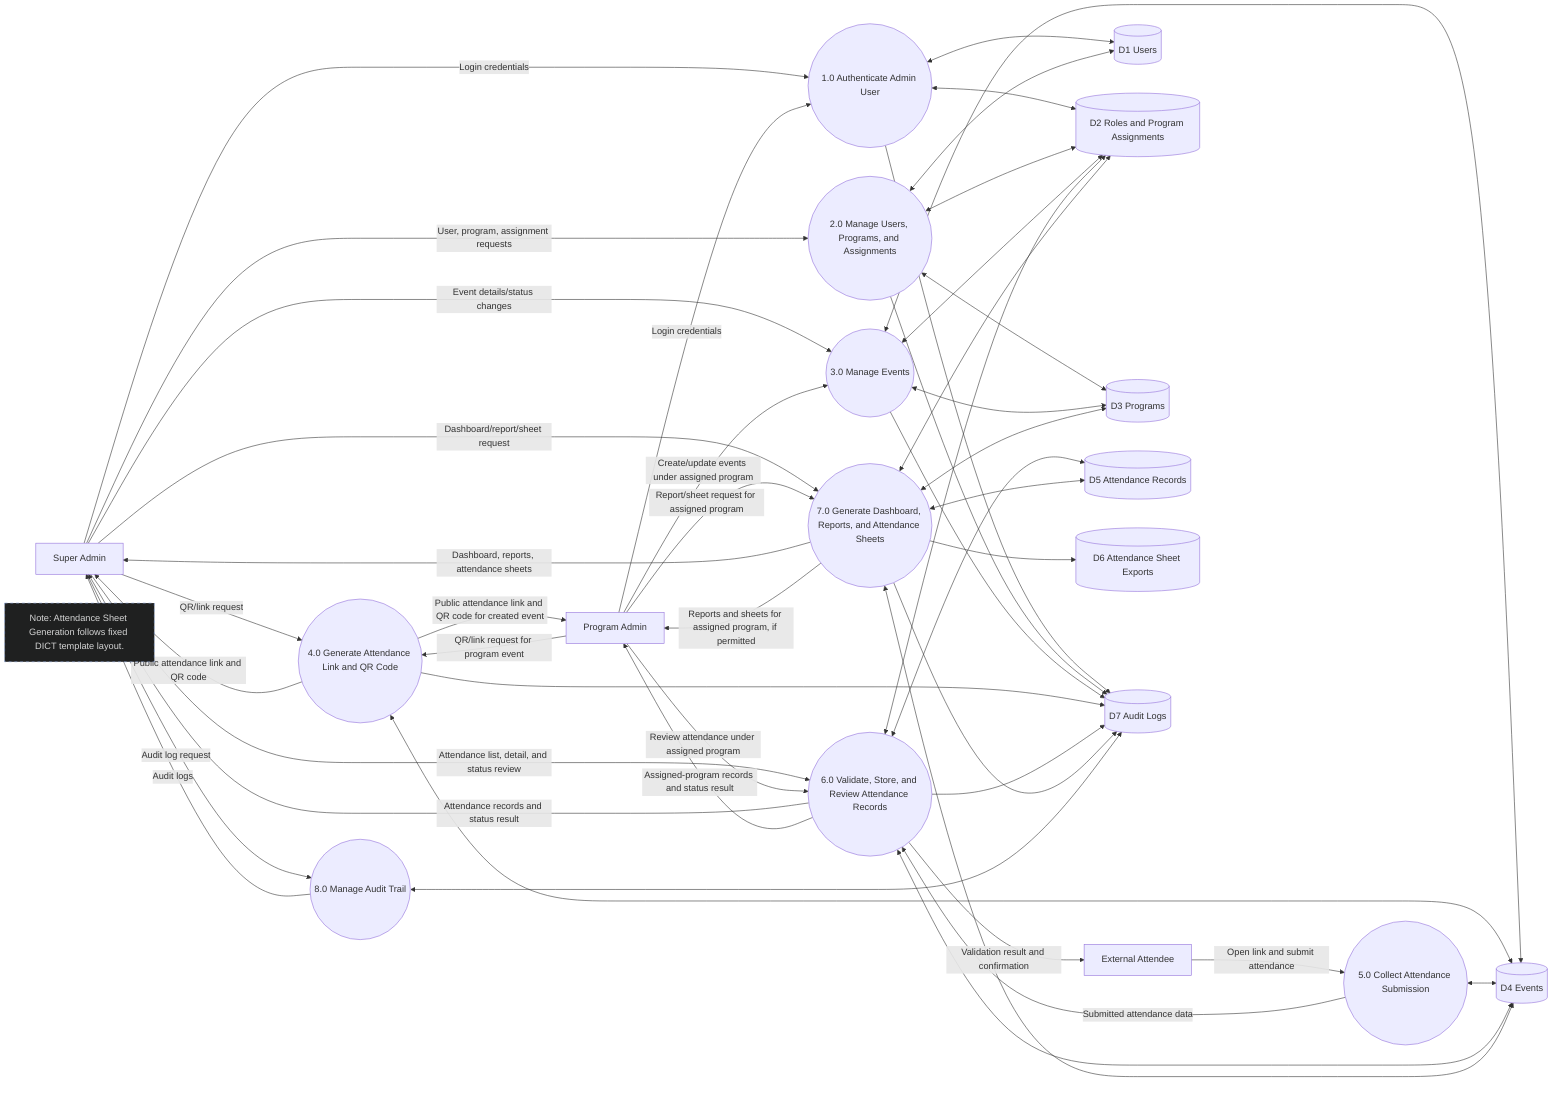
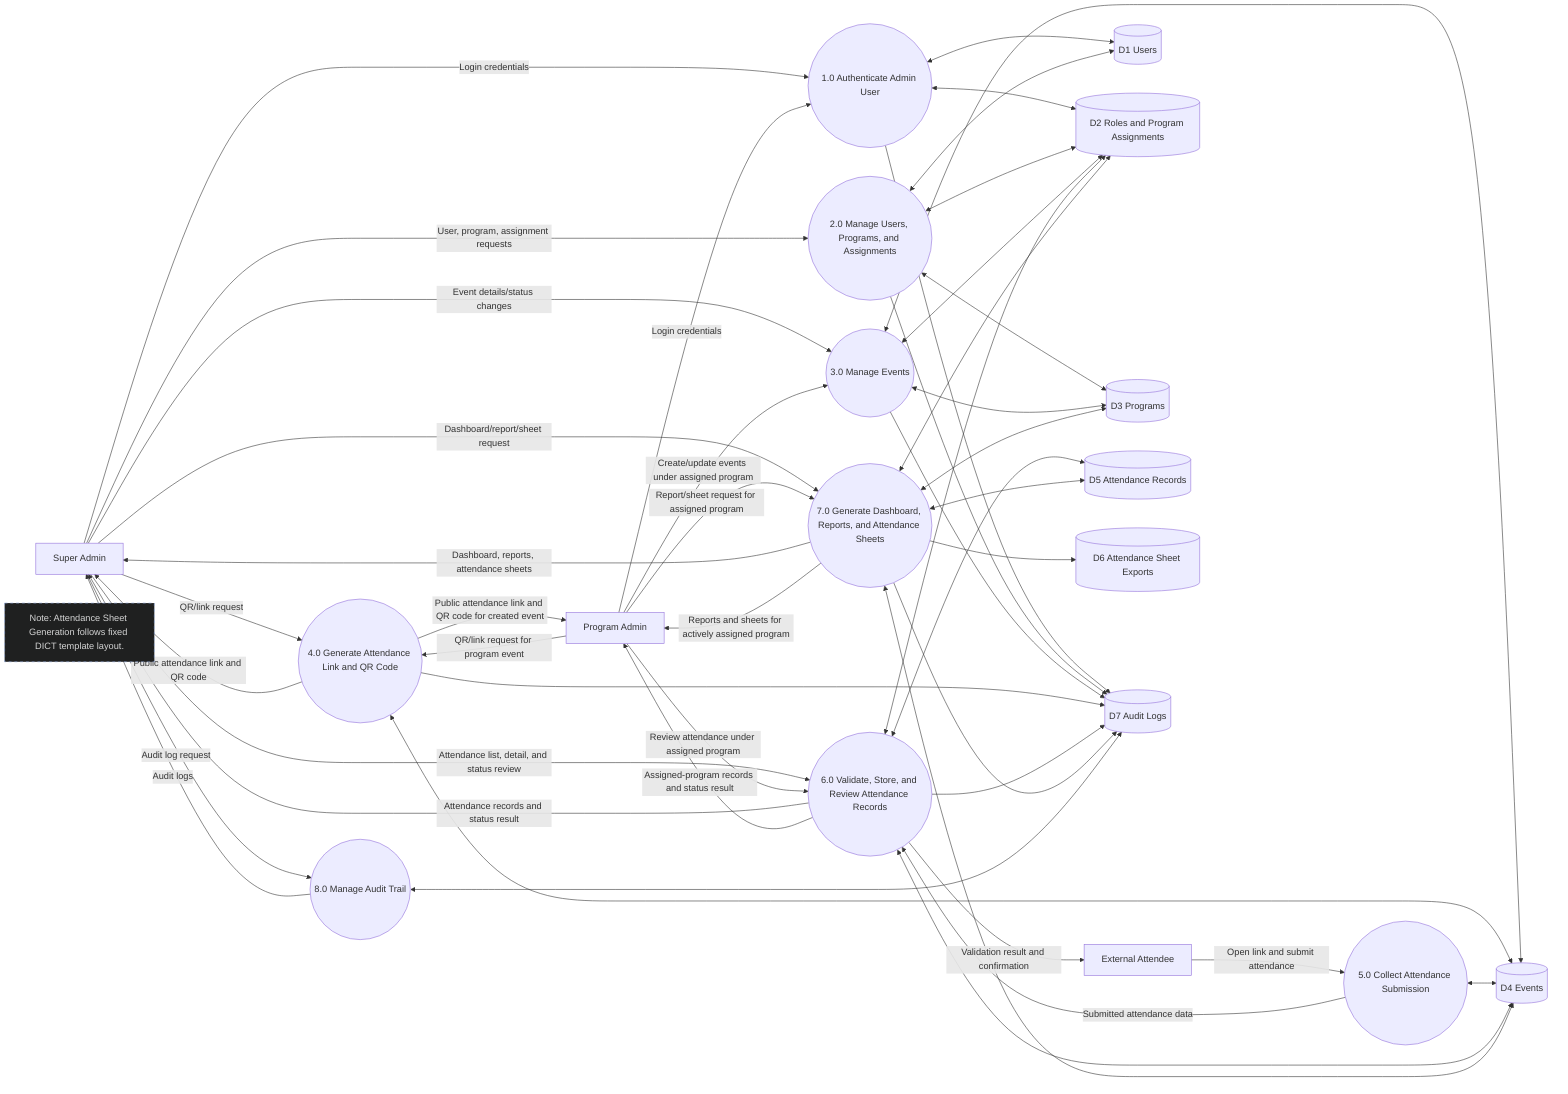
flowchart LR
  super_admin[Super Admin]
  program_admin[Program Admin]
  attendee[External Attendee]
  note_template["Note: Attendance Sheet Generation follows fixed DICT template layout."]

  p1((1.0 Authenticate Admin User))
  p2((2.0 Manage Users, Programs, and Assignments))
  p3((3.0 Manage Events))
  p4((4.0 Generate Attendance Link and QR Code))
  p5((5.0 Collect Attendance Submission))
  p6((6.0 Validate, Store, and Review Attendance Records))
  p7((7.0 Generate Dashboard, Reports, and Attendance Sheets))
  p8((8.0 Manage Audit Trail))

  d1[(D1 Users)]
  d2[(D2 Roles and Program Assignments)]
  d3[(D3 Programs)]
  d4[(D4 Events)]
  d5[(D5 Attendance Records)]
  d6[(D6 Attendance Sheet Exports)]
  d7[(D7 Audit Logs)]

  super_admin -->|Login credentials| p1
  program_admin -->|Login credentials| p1
  p1 <--> d1
  p1 <--> d2
  p1 --> d7

  super_admin -->|User, program, assignment requests| p2
  p2 <--> d1
  p2 <--> d2
  p2 <--> d3
  p2 --> d7

  super_admin -->|Event details/status changes| p3
  program_admin -->|Create/update events under assigned program| p3
  p3 <--> d2
  p3 <--> d3
  p3 <--> d4
  p3 --> d7

  super_admin -->|QR/link request| p4
  program_admin -->|QR/link request for program event| p4
  p4 <--> d4
  p4 --> d7
  p4 -->|Public attendance link and QR code| super_admin
  p4 -->|Public attendance link and QR code for created event| program_admin

  attendee -->|Open link and submit attendance| p5
  p5 <--> d4
  p5 -->|Submitted attendance data| p6
  p6 <--> d4
  p6 <--> d5
  p6 <--> d2
  p6 --> d7
  p6 -->|Validation result and confirmation| attendee
  super_admin -->|Attendance list, detail, and status review| p6
  program_admin -->|Review attendance under assigned program| p6
  p6 -->|Attendance records and status result| super_admin
  p6 -->|Assigned-program records and status result| program_admin

  super_admin -->|Dashboard/report/sheet request| p7
  program_admin -->|Report/sheet request for assigned program| p7
  p7 <--> d2
  p7 <--> d3
  p7 <--> d4
  p7 <--> d5
  p7 --> d6
  p7 --> d7
  p7 -->|Dashboard, reports, attendance sheets| super_admin
-   p7 -->|Reports and sheets for assigned program, if permitted| program_admin
+   p7 -->|Reports and sheets for actively assigned program| program_admin

  super_admin -->|Audit log request| p8
  p8 <--> d7
  p8 -->|Audit logs| super_admin

  classDef note fill:#1f2020,stroke:#8CA6DB,color:#d4d4d4,stroke-dasharray: 5 5
  class note_template note
